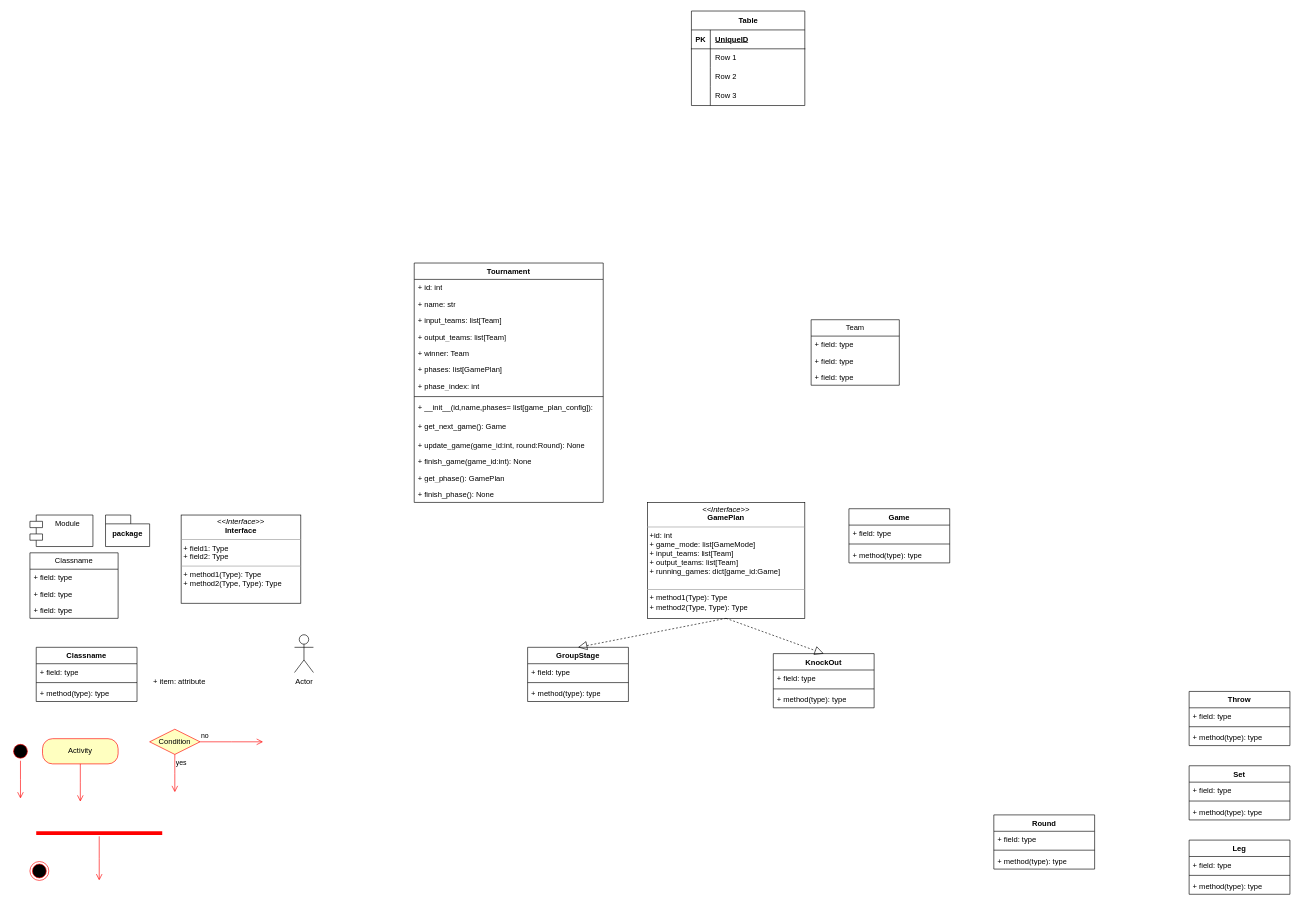
The draw.io diagram doc/Dartnado.drawio in MarcHoff94/dartnado, before the edit. Source tidied: cells renumbered, new cells numbered last; positions are measured from the earlier drawing's top-left corner, leaving out a move shared by most shapes. Both pictures are drawn from the tidied source at 63%, with x=0, y=0 at pixel (11, 11).
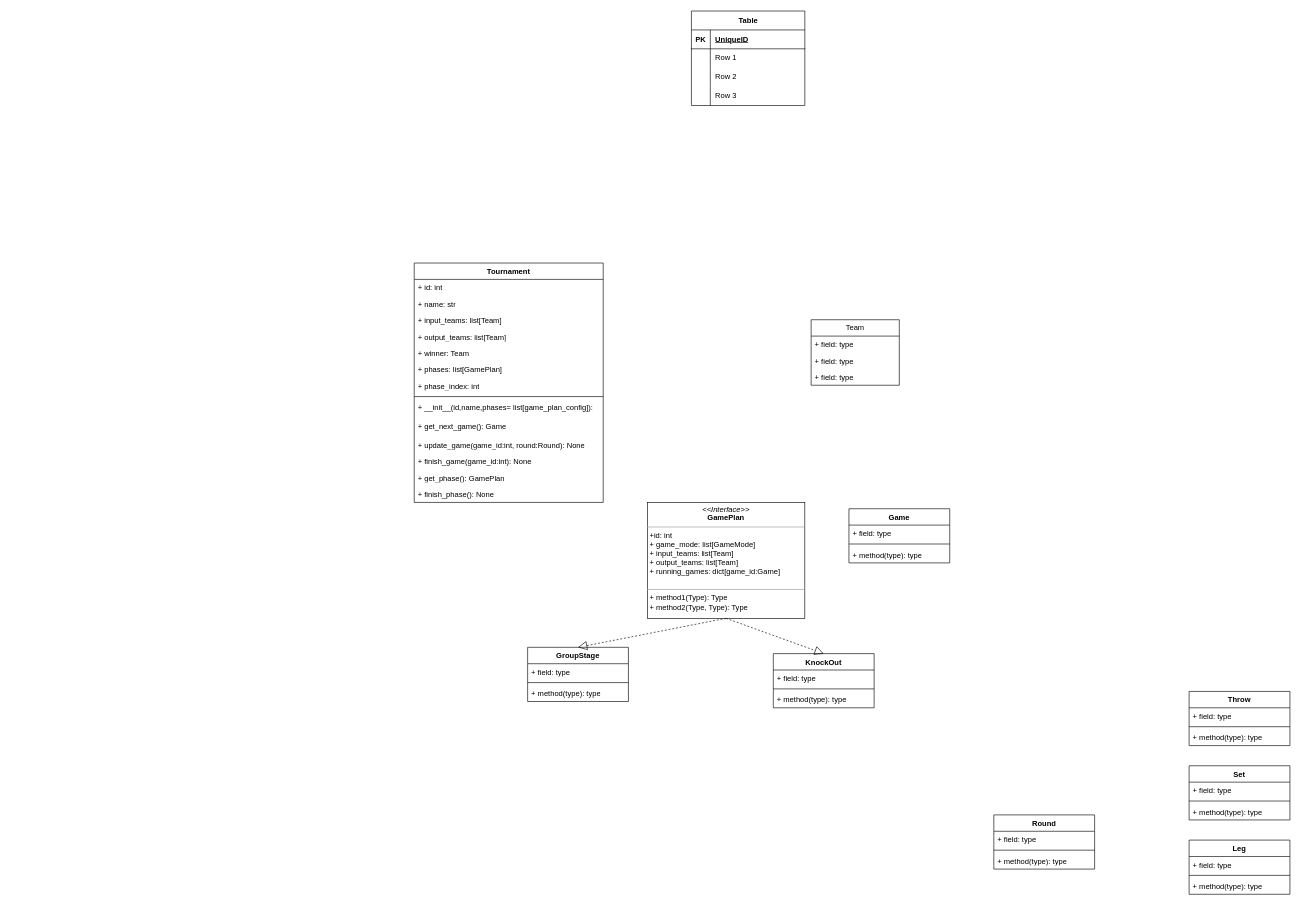
The same diagram, later.

Commit message:
deleted the icons on the left side

Diff of the diagram source:
```diff
@@
-    <mxCell id="2" value="Classname" style="swimlane;fontStyle=0;horizontal=1;startSize=26;fillColor=none;whiteSpace=wrap;html=1;" parent="1" vertex="1">
-      <mxGeometry x="30" y="860" width="140" height="104" as="geometry" />
-    </mxCell>
-    <mxCell id="3" value="+ field: type" style="text;strokeColor=none;fillColor=none;align=left;verticalAlign=top;spacingLeft=4;spacingRight=4;overflow=hidden;whiteSpace=wrap;html=1;" parent="2" vertex="1">
-      <mxGeometry y="26" width="140" height="26" as="geometry" />
-    </mxCell>
-    <mxCell id="4" value="+ field: type" style="text;strokeColor=none;fillColor=none;align=left;verticalAlign=top;spacingLeft=4;spacingRight=4;overflow=hidden;whiteSpace=wrap;html=1;" parent="2" vertex="1">
-      <mxGeometry y="52" width="140" height="26" as="geometry" />
-    </mxCell>
-    <mxCell id="5" value="+ field: type" style="text;strokeColor=none;fillColor=none;align=left;verticalAlign=top;spacingLeft=4;spacingRight=4;overflow=hidden;whiteSpace=wrap;html=1;" parent="2" vertex="1">
-      <mxGeometry y="78" width="140" height="26" as="geometry" />
-    </mxCell>
-    <mxCell id="6" value="Classname" style="swimlane;fontStyle=1;align=center;verticalAlign=top;horizontal=1;startSize=26;whiteSpace=wrap;html=1;" parent="1" vertex="1">
-      <mxGeometry x="40" y="1010" width="160" height="86" as="geometry" />
-    </mxCell>
-    <mxCell id="7" value="+ field: type" style="text;strokeColor=none;fillColor=none;align=left;verticalAlign=top;spacingLeft=4;spacingRight=4;overflow=hidden;whiteSpace=wrap;html=1;" parent="6" vertex="1">
-      <mxGeometry y="26" width="160" height="26" as="geometry" />
-    </mxCell>
-    <mxCell id="8" style="line;strokeWidth=1;fillColor=none;align=left;verticalAlign=middle;spacingTop=-1;spacingLeft=3;spacingRight=3;labelPosition=right;strokeColor=inherit;" parent="6" vertex="1">
-      <mxGeometry y="52" width="160" height="8" as="geometry" />
-    </mxCell>
-    <mxCell id="9" value="+ method(type): type" style="text;strokeColor=none;fillColor=none;align=left;verticalAlign=top;spacingLeft=4;spacingRight=4;overflow=hidden;whiteSpace=wrap;html=1;" parent="6" vertex="1">
-      <mxGeometry y="60" width="160" height="26" as="geometry" />
-    </mxCell>
-    <mxCell id="10" value="+ item: attribute" style="text;strokeColor=none;fillColor=none;align=left;verticalAlign=top;spacingLeft=4;spacingRight=4;overflow=hidden;whiteSpace=wrap;html=1;" parent="1" vertex="1">
-      <mxGeometry x="220" y="1050" width="100" height="26" as="geometry" />
-    </mxCell>
-    <mxCell id="11" value="Module" style="shape=module;align=left;spacingLeft=20;align=center;verticalAlign=top;whiteSpace=wrap;html=1;" parent="1" vertex="1">
-      <mxGeometry x="30" y="800" width="100" height="50" as="geometry" />
-    </mxCell>
-    <mxCell id="12" value="package" style="shape=folder;fontStyle=1;spacingTop=10;tabWidth=40;tabHeight=14;tabPosition=left;html=1;whiteSpace=wrap;" parent="1" vertex="1">
-      <mxGeometry x="150" y="800" width="70" height="50" as="geometry" />
-    </mxCell>
-    <mxCell id="13" value="&lt;p style=&quot;margin:0px;margin-top:4px;text-align:center;&quot;&gt;&lt;i&gt;&amp;lt;&amp;lt;Interface&amp;gt;&amp;gt;&lt;/i&gt;&lt;br/&gt;&lt;b&gt;Interface&lt;/b&gt;&lt;/p&gt;&lt;hr size=&quot;1&quot;/&gt;&lt;p style=&quot;margin:0px;margin-left:4px;&quot;&gt;+ field1: Type&lt;br/&gt;+ field2: Type&lt;/p&gt;&lt;hr size=&quot;1&quot;/&gt;&lt;p style=&quot;margin:0px;margin-left:4px;&quot;&gt;+ method1(Type): Type&lt;br/&gt;+ method2(Type, Type): Type&lt;/p&gt;" style="verticalAlign=top;align=left;overflow=fill;html=1;whiteSpace=wrap;" parent="1" vertex="1">
-      <mxGeometry x="270" y="800" width="190" height="140" as="geometry" />
-    </mxCell>
-    <mxCell id="14" value="Actor" style="shape=umlActor;verticalLabelPosition=bottom;verticalAlign=top;html=1;" parent="1" vertex="1">
-      <mxGeometry x="450" y="990" width="30" height="60" as="geometry" />
-    </mxCell>
-    <mxCell id="15" style="ellipse;html=1;shape=startState;fillColor=#000000;strokeColor=#ff0000;" parent="1" vertex="1">
-      <mxGeometry y="1160" width="30" height="30" as="geometry" />
-    </mxCell>
-    <mxCell id="16" style="edgeStyle=orthogonalEdgeStyle;html=1;verticalAlign=bottom;endArrow=open;endSize=8;strokeColor=#ff0000;rounded=0;" parent="1" edge="1" source="15">
-      <mxGeometry relative="1" as="geometry">
-        <mxPoint x="15" y="1250" as="targetPoint" />
-      </mxGeometry>
-    </mxCell>
-    <mxCell id="17" value="Activity" style="rounded=1;whiteSpace=wrap;html=1;arcSize=40;fontColor=#000000;fillColor=#ffffc0;strokeColor=#ff0000;" parent="1" vertex="1">
-      <mxGeometry x="50" y="1155" width="120" height="40" as="geometry" />
-    </mxCell>
-    <mxCell id="18" style="edgeStyle=orthogonalEdgeStyle;html=1;verticalAlign=bottom;endArrow=open;endSize=8;strokeColor=#ff0000;rounded=0;" parent="1" edge="1" source="17">
-      <mxGeometry relative="1" as="geometry">
-        <mxPoint x="110" y="1255" as="targetPoint" />
-      </mxGeometry>
-    </mxCell>
-    <mxCell id="19" value="Condition" style="rhombus;whiteSpace=wrap;html=1;fontColor=#000000;fillColor=#ffffc0;strokeColor=#ff0000;" parent="1" vertex="1">
-      <mxGeometry x="220" y="1140" width="80" height="40" as="geometry" />
-    </mxCell>
-    <mxCell id="20" value="no" style="edgeStyle=orthogonalEdgeStyle;html=1;align=left;verticalAlign=bottom;endArrow=open;endSize=8;strokeColor=#ff0000;rounded=0;" parent="1" edge="1" source="19">
-      <mxGeometry x="-1" relative="1" as="geometry">
-        <mxPoint x="400" y="1160" as="targetPoint" />
-      </mxGeometry>
-    </mxCell>
-    <mxCell id="21" value="yes" style="edgeStyle=orthogonalEdgeStyle;html=1;align=left;verticalAlign=top;endArrow=open;endSize=8;strokeColor=#ff0000;rounded=0;" parent="1" edge="1" source="19">
-      <mxGeometry x="-1" relative="1" as="geometry">
-        <mxPoint x="260" y="1240" as="targetPoint" />
-      </mxGeometry>
-    </mxCell>
-    <mxCell id="22" style="shape=line;html=1;strokeWidth=6;strokeColor=#ff0000;" parent="1" vertex="1">
-      <mxGeometry x="40" y="1300" width="200" height="10" as="geometry" />
-    </mxCell>
-    <mxCell id="23" style="edgeStyle=orthogonalEdgeStyle;html=1;verticalAlign=bottom;endArrow=open;endSize=8;strokeColor=#ff0000;rounded=0;" parent="1" edge="1" source="22">
-      <mxGeometry relative="1" as="geometry">
-        <mxPoint x="140" y="1380" as="targetPoint" />
-      </mxGeometry>
-    </mxCell>
-    <mxCell id="24" style="ellipse;html=1;shape=endState;fillColor=#000000;strokeColor=#ff0000;" parent="1" vertex="1">
-      <mxGeometry x="30" y="1350" width="30" height="30" as="geometry" />
-    </mxCell>
```
